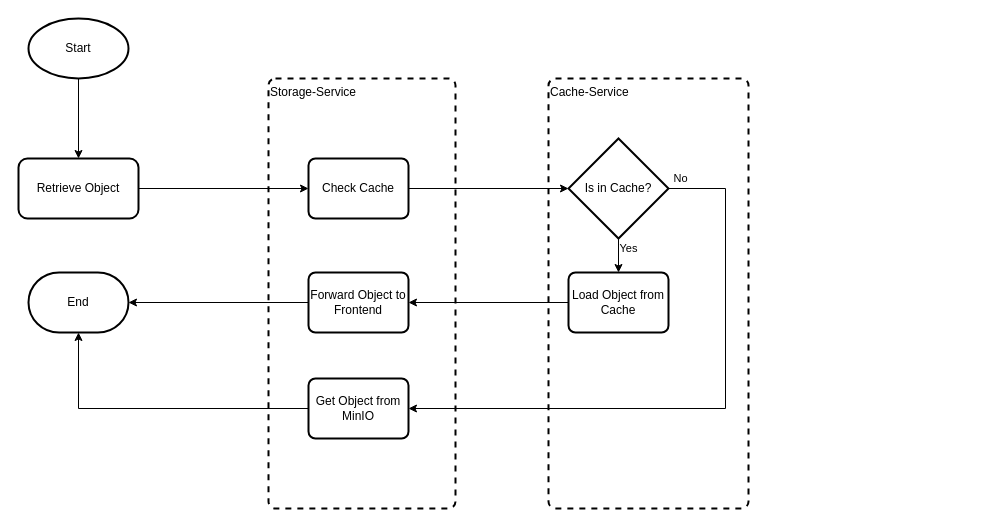
MarvMa/ARPAS-Services keeps this draw.io diagram as page "Flow-Diagramm" (3 of 4) of documentation/diagrams/Architecture-diagram.drawio. Above is the earlier version. Source tidied: cells renumbered, new cells numbered last; positions are measured from the earlier drawing's top-left corner, leaving out a move shared by most shapes. Both pictures are drawn from the tidied source at 100%, with x=0, y=0 at pixel (18, 18).
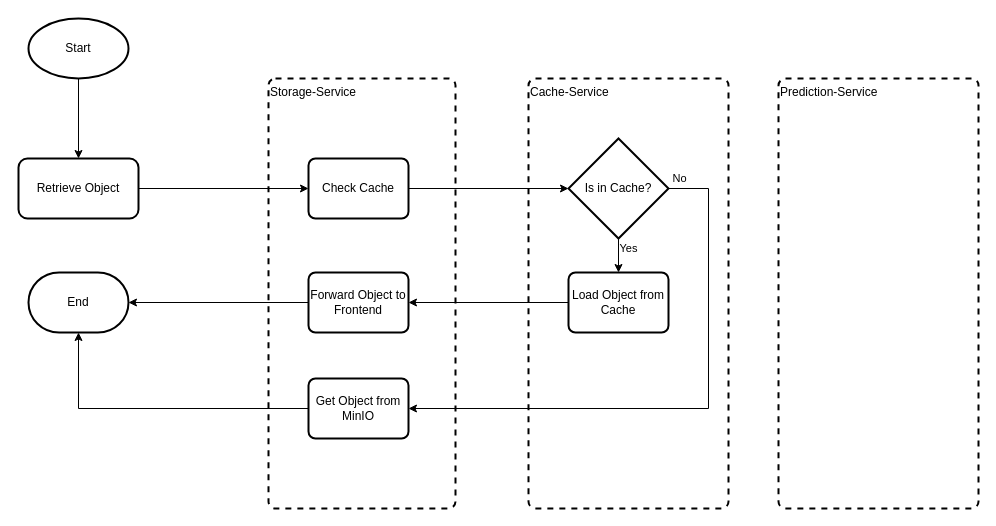
The same page after the edit.

Commit message:
Add Sequence-Diagram

Unchanged cells that the change refers to:
```xml
<mxCell id="11" value="Is in Cache?" style="strokeWidth=2;html=1;shape=mxgraph.flowchart.decision;whiteSpace=wrap;" parent="1" vertex="1">
  <mxGeometry x="550" y="120" width="100" height="100" as="geometry" />
</mxCell>
<mxCell id="19" value="Get Object from MinIO" style="rounded=1;whiteSpace=wrap;html=1;absoluteArcSize=1;arcSize=14;strokeWidth=2;" parent="1" vertex="1">
  <mxGeometry x="290" y="360" width="100" height="60" as="geometry" />
</mxCell>
```

The edit, as a diff of the source:
```diff
@@
     <mxCell id="3" value="Cache-Service&lt;div&gt;&lt;br&gt;&lt;/div&gt;" style="rounded=1;whiteSpace=wrap;html=1;absoluteArcSize=1;arcSize=14;strokeWidth=2;dashed=1;verticalAlign=top;align=left;" parent="1" vertex="1">
-      <mxGeometry x="530" y="60" width="200" height="430" as="geometry" />
+      <mxGeometry x="510" y="60" width="200" height="430" as="geometry" />
     </mxCell>
@@
     <mxCell id="10" value="No" style="edgeStyle=orthogonalEdgeStyle;rounded=0;jettySize=auto;html=1;entryX=1;entryY=0.5;entryDx=0;entryDy=0;exitX=1;exitY=0.5;exitDx=0;exitDy=0;exitPerimeter=0;" parent="1" edge="1" source="11" target="19">
       <mxGeometry x="-0.96" y="10" relative="1" as="geometry">
         <Array as="points">
-          <mxPoint x="707" y="170" />
-          <mxPoint x="707" y="390" />
+          <mxPoint x="690" y="170" />
+          <mxPoint x="690" y="390" />
         </Array>
       </mxGeometry>
     </mxCell>
@@
+    <mxCell id="20" value="Prediction-Service" style="rounded=1;whiteSpace=wrap;html=1;absoluteArcSize=1;arcSize=14;strokeWidth=2;dashed=1;verticalAlign=top;align=left;" parent="1" vertex="1">
+      <mxGeometry x="760" y="60" width="200" height="430" as="geometry" />
+    </mxCell>
```
